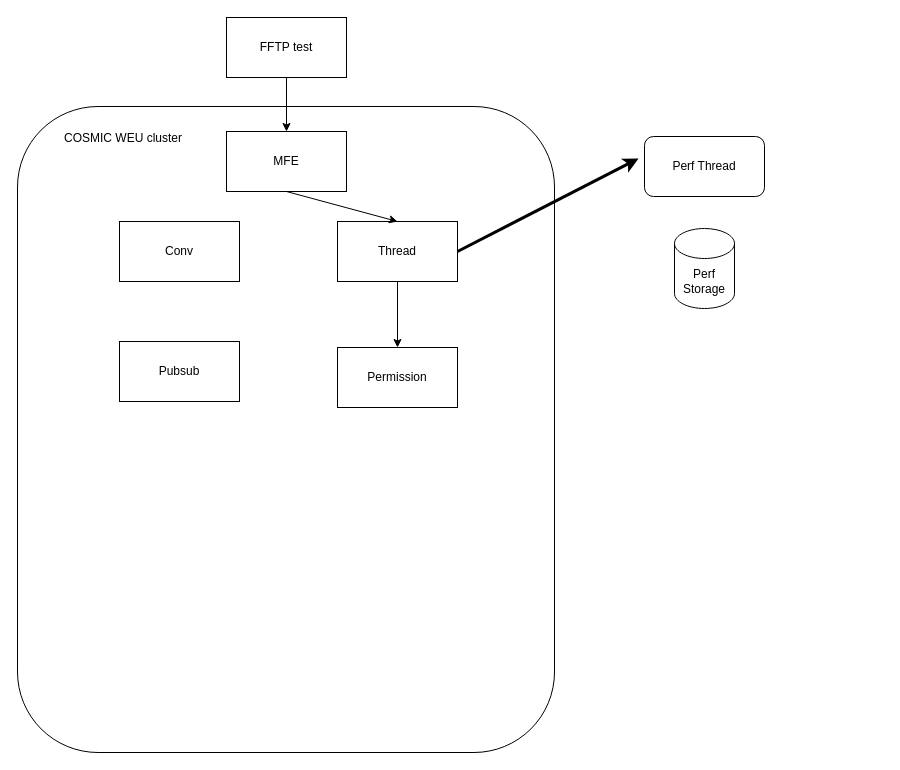
The draw.io diagram page "Service buildout flow details" (10 of 10) of buildout.drawio in nonly/timewheel, before the edit. Source tidied: cells renumbered, new cells numbered last; positions are measured from the earlier drawing's top-left corner, leaving out a move shared by most shapes. Both pictures are drawn from the tidied source at 100%, with x=0, y=0 at pixel (17, 17).
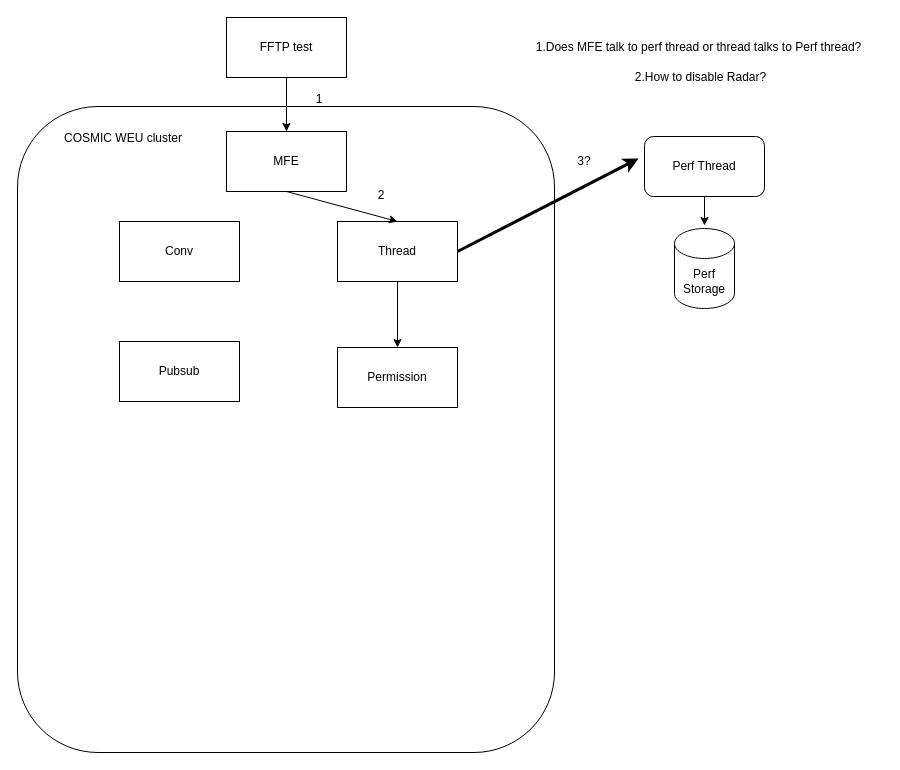
After the change.

The change refers to these unchanged cells:
```xml
<mxCell id="11" value="Perf Thread" style="rounded=1;whiteSpace=wrap;html=1;" parent="1" vertex="1">
  <mxGeometry x="627" y="119" width="120" height="60" as="geometry" />
</mxCell>
```

The edit, as a diff of the source:
```diff
@@
+    <mxCell id="16" style="endArrow=classic;html=1;rounded=0;exitX=0.5;exitY=1;exitDx=0;exitDy=0;" parent="1" edge="1" source="11">
+      <mxGeometry relative="1" as="geometry">
+        <mxPoint x="687" y="208" as="targetPoint" />
+      </mxGeometry>
+    </mxCell>
+    <mxCell id="17" value="1" style="text;html=1;align=center;verticalAlign=middle;whiteSpace=wrap;rounded=0;" parent="1" vertex="1">
+      <mxGeometry x="272" y="67" width="60" height="30" as="geometry" />
+    </mxCell>
+    <mxCell id="18" value="2" style="text;html=1;align=center;verticalAlign=middle;whiteSpace=wrap;rounded=0;" parent="1" vertex="1">
+      <mxGeometry x="334" y="163" width="60" height="30" as="geometry" />
+    </mxCell>
+    <mxCell id="19" value="3?" style="text;html=1;align=center;verticalAlign=middle;whiteSpace=wrap;rounded=0;" parent="1" vertex="1">
+      <mxGeometry x="537" y="129" width="60" height="30" as="geometry" />
+    </mxCell>
+    <mxCell id="20" value="1.Does MFE talk to perf thread or thread talks to Perf thread?" style="text;html=1;align=center;verticalAlign=middle;whiteSpace=wrap;rounded=0;" parent="1" vertex="1">
+      <mxGeometry x="500" y="15" width="363" height="30" as="geometry" />
+    </mxCell>
+    <mxCell id="21" value="2.How to disable Radar?" style="text;html=1;align=center;verticalAlign=middle;whiteSpace=wrap;rounded=0;" parent="1" vertex="1">
+      <mxGeometry x="502" y="45" width="363" height="30" as="geometry" />
+    </mxCell>
```
